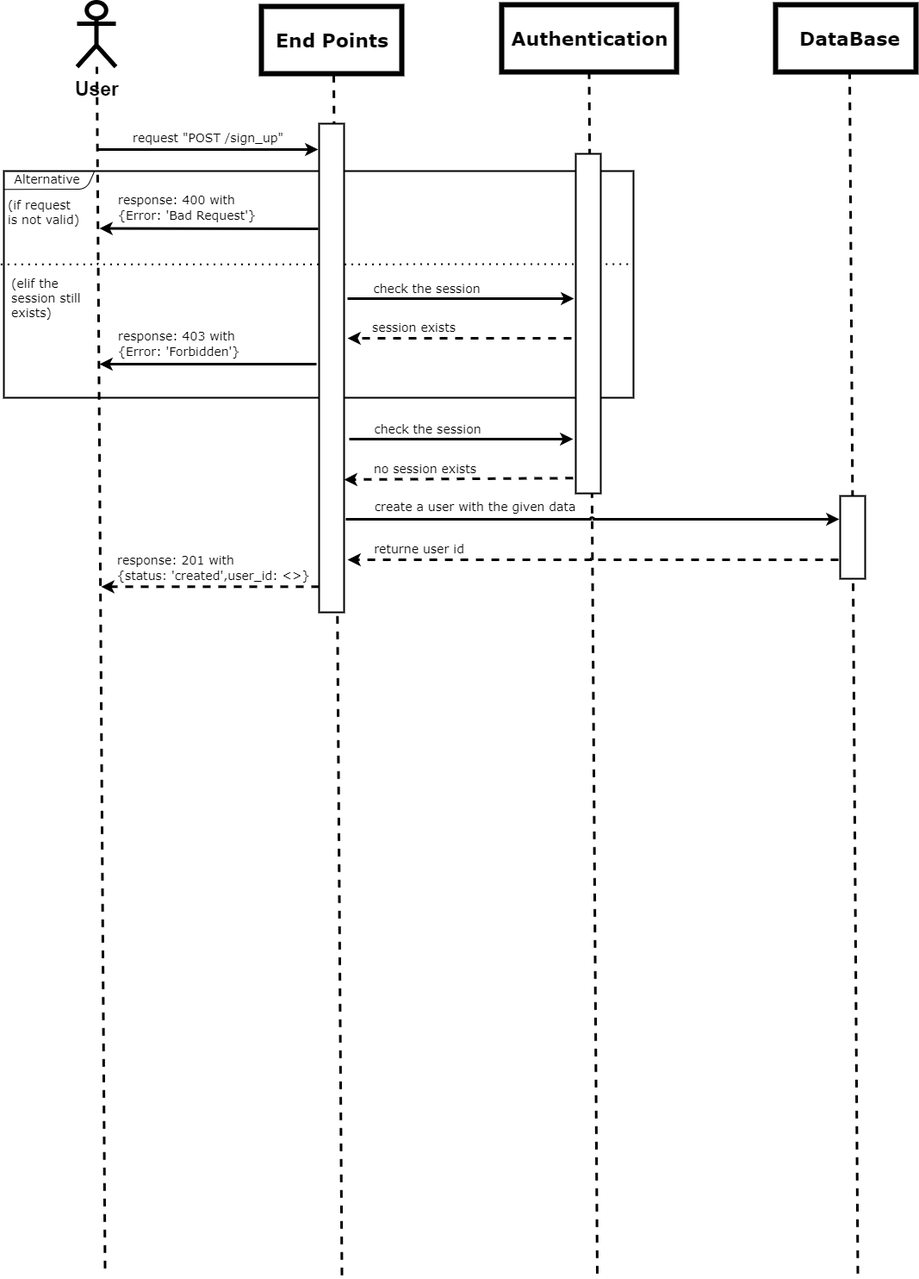
Earlier version of the draw.io export UML/sequence_diaram/sign_up_diagram.png (Kolapo-code/Booker). Source tidied: cells renumbered, new cells last; positions are measured from the earlier drawing's top-left corner, leaving out a move shared by most shapes.
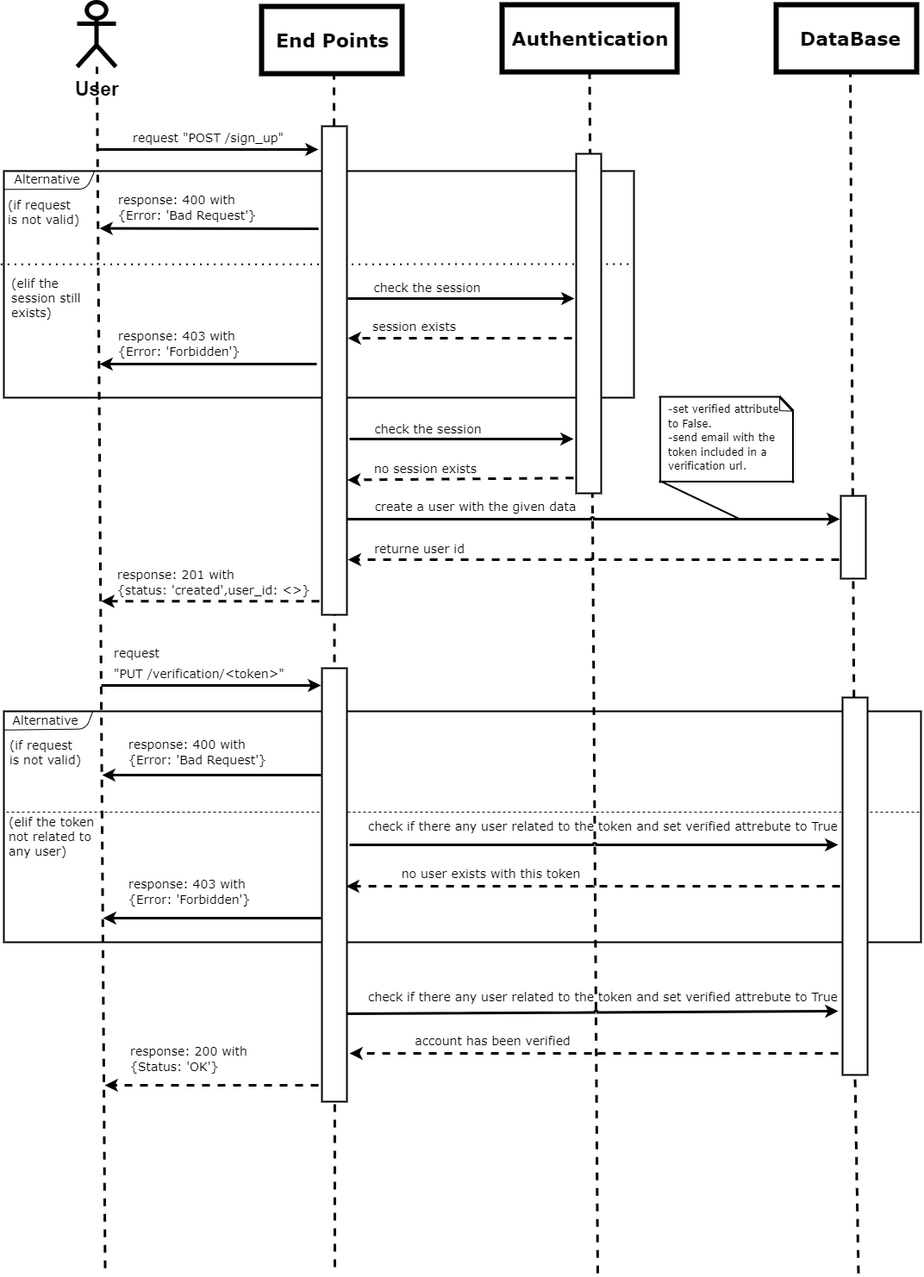
The same file after the commit.

Commit message:
DONE sign up digram

Change to the diagram source:
```diff
@@ -14,9 +14,8 @@
         <mxPoint x="108" y="75" as="targetPoint" />
       </mxGeometry>
     </mxCell>
-    <mxCell id="5" style="endArrow=none;dashed=1;html=1;entryX=0.5;entryY=1;entryDx=0;entryDy=0;rounded=1;jumpSize=0;strokeWidth=3;jumpStyle=arc;strokeColor=#000000;" parent="1" edge="1">
+    <mxCell id="5" style="endArrow=none;dashed=1;html=1;entryX=0.5;entryY=1;entryDx=0;entryDy=0;rounded=1;jumpSize=0;strokeWidth=3;jumpStyle=arc;strokeColor=#000000;startArrow=none;" parent="1" edge="1" source="78">
       <mxGeometry relative="1" as="geometry">
-        <mxPoint x="991.5" y="1475.2" as="sourcePoint" />
         <mxPoint x="982" y="81" as="targetPoint" />
       </mxGeometry>
     </mxCell>
@@ -102,11 +101,11 @@
     </mxCell>
     <mxCell id="26" style="endArrow=classic;html=1;rounded=1;strokeColor=#000000;strokeWidth=3;fontFamily=Verdana;fontSize=14;fontColor=#000000;jumpStyle=arc;jumpSize=0;dashed=1;exitX=0.959;exitY=0.762;exitDx=0;exitDy=0;exitPerimeter=0;" parent="1" edge="1" source="27">
       <mxGeometry relative="1" as="geometry">
-        <mxPoint x="113" y="678.4" as="targetPoint" />
+        <mxPoint x="113" y="695.4" as="targetPoint" />
       </mxGeometry>
     </mxCell>
     <mxCell id="27" value="&lt;p style=&quot;line-height: 70%;&quot;&gt;&lt;font style=&quot;font-size: 14px;&quot; face=&quot;Verdana&quot;&gt;response: 201 with&lt;br&gt;{&lt;/font&gt;&lt;span style=&quot;background-color: initial; font-family: Verdana; font-size: 14px;&quot;&gt;status: 'created',user_id: &amp;lt;&amp;gt;}&amp;nbsp;&lt;/span&gt;&lt;/p&gt;" style="text;html=1;align=left;verticalAlign=middle;points=[];strokeColor=none;fillColor=none;fontSize=22;fontColor=#000000;" parent="1" vertex="1">
-      <mxGeometry x="130" y="609" width="246" height="91" as="geometry" />
+      <mxGeometry x="130" y="626" width="246" height="91" as="geometry" />
     </mxCell>
     <mxCell id="28" value="&lt;font style=&quot;font-size: 14px;&quot; face=&quot;Verdana&quot;&gt;returne user id&lt;/font&gt;" style="text;html=1;align=center;verticalAlign=middle;strokeColor=none;fillColor=none;fontSize=22;fontColor=#000000;" parent="1" vertex="1">
       <mxGeometry x="420" y="614" width="123" height="38" as="geometry" />
@@ -120,10 +119,8 @@
     <mxCell id="30" value="&lt;font face=&quot;Verdana&quot;&gt;&lt;span style=&quot;font-size: 14px;&quot;&gt;check the session&lt;/span&gt;&lt;/font&gt;" style="text;html=1;align=center;verticalAlign=middle;strokeColor=none;fillColor=none;fontSize=22;fontColor=#000000;" parent="1" vertex="1">
       <mxGeometry x="421" y="473" width="142" height="39" as="geometry" />
     </mxCell>
-    <mxCell id="31" style="endArrow=classic;html=1;rounded=1;strokeColor=#000000;strokeWidth=3;fontFamily=Verdana;fontSize=14;fontColor=#000000;jumpStyle=arc;jumpSize=0;dashed=1;exitX=-0.108;exitY=0.955;exitDx=0;exitDy=0;exitPerimeter=0;" parent="1" edge="1" source="35">
-      <mxGeometry relative="1" as="geometry">
-        <mxPoint x="395" y="554" as="targetPoint" />
-      </mxGeometry>
+    <mxCell id="31" style="endArrow=classic;html=1;rounded=1;strokeColor=#000000;strokeWidth=3;fontFamily=Verdana;fontSize=14;fontColor=#000000;jumpStyle=arc;jumpSize=0;dashed=1;exitX=-0.108;exitY=0.955;exitDx=0;exitDy=0;exitPerimeter=0;entryX=1.016;entryY=0.724;entryDx=0;entryDy=0;entryPerimeter=0;" parent="1" edge="1" source="35" target="42">
+      <mxGeometry relative="1" as="geometry" />
     </mxCell>
     <mxCell id="32" value="&lt;font face=&quot;Verdana&quot;&gt;&lt;span style=&quot;font-size: 14px;&quot;&gt;no session exists&lt;/span&gt;&lt;/font&gt;" style="text;html=1;align=center;verticalAlign=middle;strokeColor=none;fillColor=none;fontSize=22;fontColor=#000000;" parent="1" vertex="1">
       <mxGeometry x="421" y="519.5" width="137" height="39" as="geometry" />
@@ -158,17 +155,183 @@
     <mxCell id="39" style="rounded=0;whiteSpace=wrap;html=1;strokeColor=#000000;fillColor=none;strokeWidth=6;" parent="1" vertex="1">
       <mxGeometry x="299" y="5" width="163" height="78" as="geometry" />
     </mxCell>
-    <mxCell id="40" style="endArrow=none;dashed=1;html=1;entryX=0.5;entryY=1;entryDx=0;entryDy=0;rounded=1;jumpSize=0;strokeWidth=3;jumpStyle=arc;strokeColor=#000000;" parent="1" edge="1">
+    <mxCell id="40" style="endArrow=none;dashed=1;html=1;entryX=0.5;entryY=1;entryDx=0;entryDy=0;rounded=1;jumpSize=0;strokeWidth=3;jumpStyle=arc;strokeColor=#000000;startArrow=none;" parent="1" edge="1" source="42">
       <mxGeometry relative="1" as="geometry">
-        <mxPoint x="392.5" y="1477.2" as="sourcePoint" />
         <mxPoint x="383" y="83" as="targetPoint" />
       </mxGeometry>
     </mxCell>
     <mxCell id="41" value="&lt;font face=&quot;Verdana&quot; style=&quot;font-size: 22px;&quot;&gt;End Points&lt;/font&gt;" style="text;html=1;align=center;verticalAlign=middle;strokeColor=none;fillColor=none;fontSize=27;fontColor=#000000;strokeWidth=0;fontStyle=1;" parent="1" vertex="1">
       <mxGeometry x="306" y="22" width="149" height="44" as="geometry" />
     </mxCell>
+    <mxCell id="43" style="endArrow=none;dashed=1;html=1;entryX=0.5;entryY=1;entryDx=0;entryDy=0;rounded=1;jumpSize=0;strokeWidth=3;jumpStyle=arc;strokeColor=#000000;" parent="1" edge="1" target="42">
+      <mxGeometry relative="1" as="geometry">
+        <mxPoint x="384" y="1468" as="sourcePoint" />
+      </mxGeometry>
+    </mxCell>
     <mxCell id="42" style="rounded=0;whiteSpace=wrap;html=1;strokeColor=#000000;strokeWidth=2;fontFamily=Verdana;fontSize=14;fontColor=#000000;fillColor=#FFFFFF;" parent="1" vertex="1">
-      <mxGeometry x="366" y="141" width="29" height="567" as="geometry" />
+      <mxGeometry x="369" y="144" width="29" height="567" as="geometry" />
     </mxCell>
+    <mxCell id="44" style="group;" parent="1" vertex="1">
+      <mxGeometry x="760" y="458" width="222" height="136" as="geometry" />
+    </mxCell>
+    <mxCell id="45" style="endArrow=none;html=1;strokeColor=#000000;strokeWidth=2;" parent="44" edge="1">
+      <mxGeometry relative="1" as="geometry">
+        <mxPoint as="sourcePoint" />
+        <mxPoint x="141.6" as="targetPoint" />
+      </mxGeometry>
+    </mxCell>
+    <mxCell id="46" style="endArrow=none;html=1;strokeColor=#000000;strokeWidth=2;" parent="44" edge="1">
+      <mxGeometry relative="1" as="geometry">
+        <mxPoint y="98.4" as="sourcePoint" />
+        <mxPoint x="157" y="98.4" as="targetPoint" />
+      </mxGeometry>
+    </mxCell>
+    <mxCell id="47" style="endArrow=none;html=1;strokeColor=#000000;strokeWidth=2;" parent="44" edge="1">
+      <mxGeometry relative="1" as="geometry">
+        <mxPoint x="1.5" y="100" as="sourcePoint" />
+        <mxPoint x="1.5" as="targetPoint" />
+      </mxGeometry>
+    </mxCell>
+    <mxCell id="48" style="endArrow=none;html=1;strokeColor=#000000;strokeWidth=2;" parent="44" edge="1">
+      <mxGeometry relative="1" as="geometry">
+        <mxPoint x="155.5" y="100" as="sourcePoint" />
+        <mxPoint x="155.5" y="14.5" as="targetPoint" />
+      </mxGeometry>
+    </mxCell>
+    <mxCell id="49" style="endArrow=none;html=1;strokeColor=#000000;strokeWidth=3;" parent="44" edge="1">
+      <mxGeometry relative="1" as="geometry">
+        <mxPoint x="155.5" y="16.1" as="sourcePoint" />
+        <mxPoint x="140.1" as="targetPoint" />
+      </mxGeometry>
+    </mxCell>
+    <mxCell id="50" style="endArrow=none;html=1;strokeColor=#000000;strokeWidth=1;" parent="44" edge="1">
+      <mxGeometry relative="1" as="geometry">
+        <mxPoint x="140.1" y="16.1" as="sourcePoint" />
+        <mxPoint x="140.1" y="0.6" as="targetPoint" />
+      </mxGeometry>
+    </mxCell>
+    <mxCell id="51" style="endArrow=none;html=1;strokeColor=#000000;strokeWidth=1;" parent="44" edge="1">
+      <mxGeometry relative="1" as="geometry">
+        <mxPoint x="140.1" y="16.1" as="sourcePoint" />
+        <mxPoint x="155.5" y="16.7" as="targetPoint" />
+      </mxGeometry>
+    </mxCell>
+    <mxCell id="52" value="&lt;p style=&quot;line-height: 130%; font-size: 12px;&quot;&gt;&lt;font style=&quot;font-size: 12px;&quot; face=&quot;Verdana&quot;&gt;-set verified attribute&lt;br&gt;to False.&lt;br&gt;-send email with the&lt;br&gt;token included in a&lt;br&gt;verification url.&lt;/font&gt;&lt;/p&gt;" style="text;html=1;align=left;verticalAlign=middle;strokeColor=none;fillColor=none;fontSize=22;fontColor=#000000;" parent="44" vertex="1">
+      <mxGeometry x="9" y="-12" width="147" height="119" as="geometry" />
+    </mxCell>
+    <mxCell id="53" style="endArrow=none;html=1;strokeColor=#000000;strokeWidth=2;" parent="1" edge="1">
+      <mxGeometry relative="1" as="geometry">
+        <mxPoint x="852" y="599" as="sourcePoint" />
+        <mxPoint x="762" y="556" as="targetPoint" />
+      </mxGeometry>
+    </mxCell>
+    <mxCell id="54" style="endArrow=classic;html=1;rounded=1;strokeColor=#000000;strokeWidth=3;fontSize=22;fontColor=#000000;jumpStyle=arc;jumpSize=0;" parent="1" edge="1">
+      <mxGeometry relative="1" as="geometry">
+        <mxPoint x="113" y="793" as="sourcePoint" />
+        <mxPoint x="368" y="793" as="targetPoint" />
+      </mxGeometry>
+    </mxCell>
+    <mxCell id="55" value="&lt;p style=&quot;line-height: 0%;&quot;&gt;&lt;font style=&quot;font-size: 14px;&quot; face=&quot;Verdana&quot;&gt;request&lt;/font&gt;&lt;/p&gt;&lt;p style=&quot;line-height: 0%;&quot;&gt;&lt;font style=&quot;font-size: 14px;&quot; face=&quot;Verdana&quot;&gt;&quot;PUT /verification/&amp;lt;token&amp;gt;&quot;&lt;/font&gt;&lt;/p&gt;" style="text;html=1;align=left;verticalAlign=middle;strokeColor=none;fillColor=none;fontSize=22;fontColor=#000000;" parent="1" vertex="1">
+      <mxGeometry x="126.5" y="725" width="216" height="82" as="geometry" />
+    </mxCell>
+    <mxCell id="56" style="rounded=0;whiteSpace=wrap;html=1;strokeColor=#000000;strokeWidth=2;fontFamily=Verdana;fontSize=14;fontColor=#000000;fillColor=none;" parent="1" vertex="1">
+      <mxGeometry y="823" width="1064" height="268" as="geometry" />
+    </mxCell>
+    <mxCell id="57" style="endArrow=none;html=1;rounded=1;strokeColor=#000000;strokeWidth=1;fontFamily=Verdana;fontSize=14;fontColor=#000000;jumpStyle=arc;jumpSize=0;exitX=0;exitY=0.081;exitDx=0;exitDy=0;exitPerimeter=0;entryX=0.097;entryY=0;entryDx=0;entryDy=0;entryPerimeter=0;" parent="1" edge="1" source="56" target="56">
+      <mxGeometry relative="1" as="geometry">
+        <Array as="points">
+          <mxPoint x="95.5" y="843.6" />
+        </Array>
+      </mxGeometry>
+    </mxCell>
+    <mxCell id="58" style="endArrow=none;dashed=1;html=1;rounded=1;strokeColor=#000000;strokeWidth=1;fontFamily=Verdana;fontSize=14;fontColor=#000000;jumpStyle=arc;jumpSize=0;" parent="1" edge="1">
+      <mxGeometry relative="1" as="geometry">
+        <mxPoint x="3" y="940" as="sourcePoint" />
+        <mxPoint x="1064" y="940" as="targetPoint" />
+      </mxGeometry>
+    </mxCell>
+    <mxCell id="59" value="Alternative" style="text;html=1;align=center;verticalAlign=middle;strokeColor=none;fillColor=none;fontSize=14;fontFamily=Verdana;fontColor=#000000;strokeWidth=2;" parent="1" vertex="1">
+      <mxGeometry x="1" y="819.3" width="94" height="29" as="geometry" />
+    </mxCell>
+    <mxCell id="60" style="endArrow=classic;html=1;rounded=1;strokeColor=#000000;strokeWidth=3;fontFamily=Verdana;fontSize=14;fontColor=#000000;jumpStyle=arc;jumpSize=0;" parent="1" edge="1">
+      <mxGeometry relative="1" as="geometry">
+        <mxPoint x="368" y="897" as="sourcePoint" />
+        <mxPoint x="114" y="897" as="targetPoint" />
+      </mxGeometry>
+    </mxCell>
+    <mxCell id="61" value="&lt;p style=&quot;line-height: 70%;&quot;&gt;&lt;font style=&quot;font-size: 14px;&quot; face=&quot;Verdana&quot;&gt;response: 400 with&lt;br&gt;{Error&lt;/font&gt;&lt;span style=&quot;background-color: initial; font-family: Verdana; font-size: 14px;&quot;&gt;: 'Bad Request'}&amp;nbsp;&lt;/span&gt;&lt;/p&gt;" style="text;html=1;align=left;verticalAlign=middle;strokeColor=none;fillColor=none;fontSize=22;fontColor=#000000;" parent="1" vertex="1">
+      <mxGeometry x="143" y="823" width="183" height="91" as="geometry" />
+    </mxCell>
+    <mxCell id="62" style="endArrow=classic;html=1;rounded=1;strokeColor=#000000;strokeWidth=3;fontFamily=Verdana;fontSize=14;fontColor=#000000;jumpStyle=arc;jumpSize=0;" parent="1" edge="1">
+      <mxGeometry relative="1" as="geometry">
+        <mxPoint x="368" y="1063" as="sourcePoint" />
+        <mxPoint x="115" y="1063" as="targetPoint" />
+      </mxGeometry>
+    </mxCell>
+    <mxCell id="63" value="&lt;p style=&quot;line-height: 70%;&quot;&gt;&lt;font style=&quot;font-size: 14px;&quot; face=&quot;Verdana&quot;&gt;response: 403 with&lt;br&gt;{Error&lt;/font&gt;&lt;span style=&quot;background-color: initial; font-family: Verdana; font-size: 14px;&quot;&gt;: 'Forbidden'}&amp;nbsp;&lt;/span&gt;&lt;/p&gt;" style="text;html=1;align=left;verticalAlign=middle;strokeColor=none;fillColor=none;fontSize=22;fontColor=#000000;" parent="1" vertex="1">
+      <mxGeometry x="143" y="986" width="164" height="91" as="geometry" />
+    </mxCell>
+    <mxCell id="64" value="(if request&lt;br&gt;is not valid)" style="text;html=1;align=left;verticalAlign=middle;strokeColor=none;fillColor=none;fontSize=14;fontFamily=Verdana;fontColor=#000000;" parent="1" vertex="1">
+      <mxGeometry x="5" y="848.3" width="101" height="46" as="geometry" />
+    </mxCell>
+    <mxCell id="65" value="(elif the token&lt;br&gt;not related to&lt;br&gt;any user)" style="text;html=1;align=left;verticalAlign=middle;strokeColor=none;fillColor=none;fontSize=14;fontFamily=Verdana;fontColor=#000000;" parent="1" vertex="1">
+      <mxGeometry x="4" y="938" width="117" height="62" as="geometry" />
+    </mxCell>
+    <mxCell id="66" value="&lt;font face=&quot;Verdana&quot;&gt;&lt;span style=&quot;font-size: 14px;&quot;&gt;check if there any user related to the token and set verified attrebute to True&lt;/span&gt;&lt;/font&gt;" style="text;html=1;align=center;verticalAlign=middle;strokeColor=none;fillColor=none;fontSize=22;fontColor=#000000;" parent="1" vertex="1">
+      <mxGeometry x="414" y="934" width="563" height="39" as="geometry" />
+    </mxCell>
+    <mxCell id="67" style="endArrow=classic;html=1;rounded=1;strokeColor=#000000;strokeWidth=3;fontSize=22;fontColor=#000000;jumpStyle=arc;jumpSize=0;" parent="1" edge="1">
+      <mxGeometry relative="1" as="geometry">
+        <mxPoint x="401" y="978" as="sourcePoint" />
+        <mxPoint x="968" y="978" as="targetPoint" />
+      </mxGeometry>
+    </mxCell>
+    <mxCell id="68" style="endArrow=classic;html=1;rounded=1;strokeColor=#000000;strokeWidth=3;fontFamily=Verdana;fontSize=14;fontColor=#000000;jumpStyle=arc;jumpSize=0;dashed=1;" parent="1" edge="1">
+      <mxGeometry relative="1" as="geometry">
+        <mxPoint x="988" y="1026" as="sourcePoint" />
+        <mxPoint x="397" y="1026" as="targetPoint" />
+      </mxGeometry>
+    </mxCell>
+    <mxCell id="69" value="&lt;font face=&quot;Verdana&quot;&gt;&lt;span style=&quot;font-size: 14px;&quot;&gt;no user exists with this token&lt;/span&gt;&lt;/font&gt;" style="text;html=1;align=center;verticalAlign=middle;strokeColor=none;fillColor=none;fontSize=22;fontColor=#000000;" parent="1" vertex="1">
+      <mxGeometry x="452" y="989" width="226" height="39" as="geometry" />
+    </mxCell>
+    <mxCell id="70" style="endArrow=classic;html=1;rounded=1;strokeColor=#000000;strokeWidth=3;fontSize=22;fontColor=#000000;jumpStyle=arc;jumpSize=0;" parent="1" edge="1">
+      <mxGeometry relative="1" as="geometry">
+        <mxPoint x="397" y="1174" as="sourcePoint" />
+        <mxPoint x="968" y="1171" as="targetPoint" />
+      </mxGeometry>
+    </mxCell>
+    <mxCell id="71" value="&lt;font face=&quot;Verdana&quot;&gt;&lt;span style=&quot;font-size: 14px;&quot;&gt;check if there any user related to the token and set verified attrebute to True&lt;/span&gt;&lt;/font&gt;" style="text;html=1;align=center;verticalAlign=middle;strokeColor=none;fillColor=none;fontSize=22;fontColor=#000000;" parent="1" vertex="1">
+      <mxGeometry x="414" y="1132" width="563" height="39" as="geometry" />
+    </mxCell>
+    <mxCell id="72" value="&lt;font face=&quot;Verdana&quot;&gt;&lt;span style=&quot;font-size: 14px;&quot;&gt;account has been verified&lt;/span&gt;&lt;/font&gt;" style="text;html=1;align=center;verticalAlign=middle;strokeColor=none;fillColor=none;fontSize=22;fontColor=#000000;" parent="1" vertex="1">
+      <mxGeometry x="468" y="1183" width="198" height="39" as="geometry" />
+    </mxCell>
+    <mxCell id="73" style="endArrow=classic;html=1;rounded=1;strokeColor=#000000;strokeWidth=3;fontFamily=Verdana;fontSize=14;fontColor=#000000;jumpStyle=arc;jumpSize=0;dashed=1;" parent="1" edge="1">
+      <mxGeometry relative="1" as="geometry">
+        <mxPoint x="968" y="1220" as="sourcePoint" />
+        <mxPoint x="401" y="1220" as="targetPoint" />
+      </mxGeometry>
+    </mxCell>
+    <mxCell id="74" value="&lt;p style=&quot;line-height: 70%;&quot;&gt;&lt;font style=&quot;font-size: 14px;&quot; face=&quot;Verdana&quot;&gt;response: 200 with&lt;br&gt;{Status&lt;/font&gt;&lt;span style=&quot;background-color: initial; font-family: Verdana; font-size: 14px;&quot;&gt;: 'OK'}&amp;nbsp;&lt;/span&gt;&lt;/p&gt;" style="text;html=1;align=left;verticalAlign=middle;strokeColor=none;fillColor=none;fontSize=22;fontColor=#000000;" parent="1" vertex="1">
+      <mxGeometry x="145" y="1180" width="154" height="91" as="geometry" />
+    </mxCell>
+    <mxCell id="75" style="endArrow=classic;html=1;rounded=1;strokeColor=#000000;strokeWidth=3;fontFamily=Verdana;fontSize=14;fontColor=#000000;jumpStyle=arc;jumpSize=0;dashed=1;" parent="1" edge="1">
+      <mxGeometry relative="1" as="geometry">
+        <mxPoint x="365" y="1257" as="sourcePoint" />
+        <mxPoint x="117" y="1257" as="targetPoint" />
+      </mxGeometry>
+    </mxCell>
+    <mxCell id="76" style="rounded=0;whiteSpace=wrap;html=1;strokeColor=#000000;strokeWidth=2;fontFamily=Verdana;fontSize=14;fontColor=#000000;fillColor=#FFFFFF;" parent="1" vertex="1">
+      <mxGeometry x="369" y="773" width="29" height="503" as="geometry" />
+    </mxCell>
+    <mxCell id="77" style="endArrow=none;dashed=1;html=1;entryX=0.5;entryY=1;entryDx=0;entryDy=0;rounded=1;jumpSize=0;strokeWidth=3;jumpStyle=arc;strokeColor=#000000;" parent="1" edge="1" target="78">
+      <mxGeometry relative="1" as="geometry">
+        <mxPoint x="991.5" y="1475.2" as="sourcePoint" />
+      </mxGeometry>
+    </mxCell>
+    <mxCell id="78" style="rounded=0;whiteSpace=wrap;html=1;strokeColor=#000000;strokeWidth=2;fontFamily=Verdana;fontSize=14;fontColor=#000000;fillColor=#FFFFFF;" parent="1" vertex="1">
+      <mxGeometry x="973" y="807" width="29" height="438" as="geometry" />
+    </mxCell>
   </root>
 </mxGraphModel>
```
